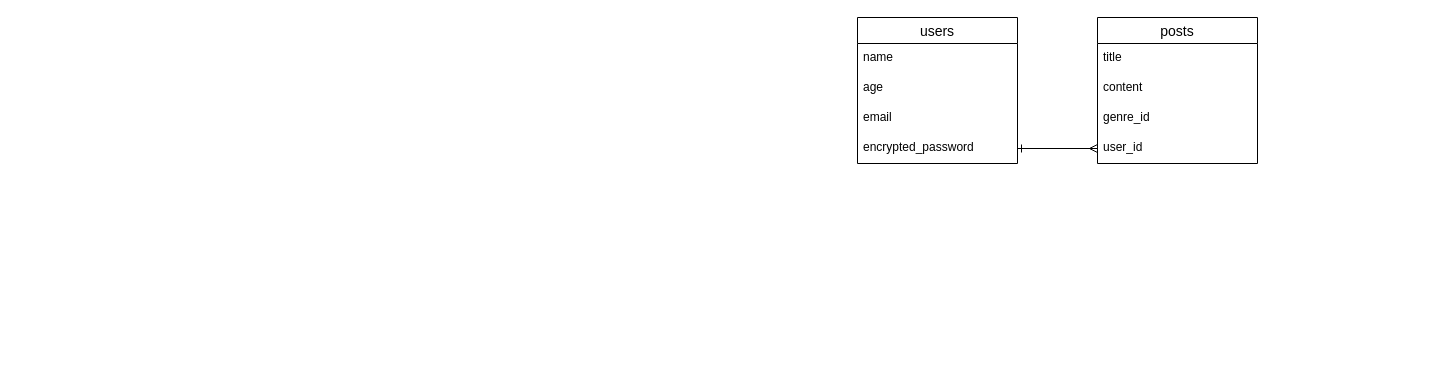
Above: me-more.dio in atk1825/me-more (draw.io), before the change. Source tidied: cells renumbered, new cells numbered last; positions are measured from the earlier drawing's top-left corner, leaving out a move shared by most shapes. Both pictures are drawn from the tidied source at 100%, with x=0, y=0 at pixel (857, 17).
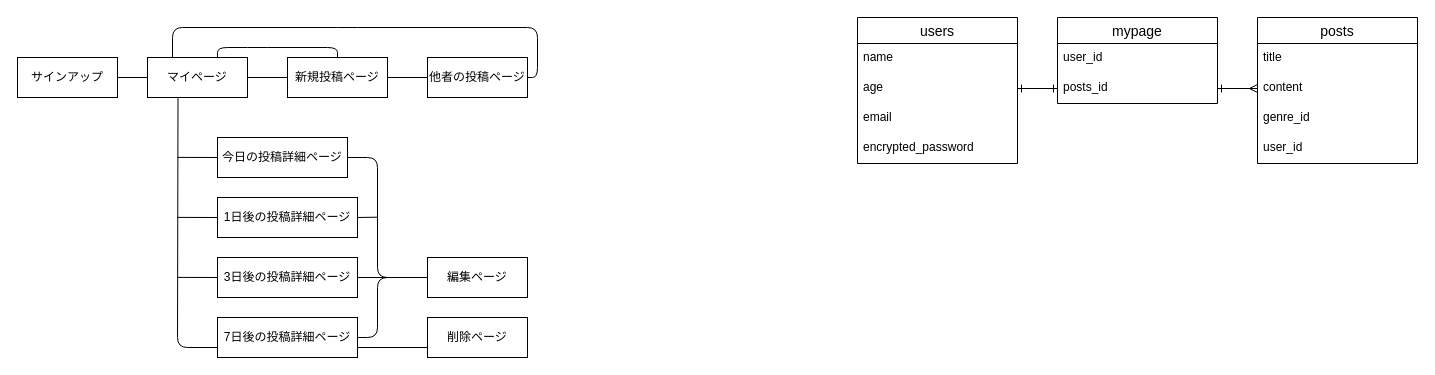
Above is the later version.

Commit message:
ER図に画面遷移の追記

The change refers to these unchanged cells:
```xml
<mxCell id="4" value="age" style="text;strokeColor=none;fillColor=none;spacingLeft=4;spacingRight=4;overflow=hidden;points=[[0,0.5],[1,0.5]];portConstraint=eastwest;fontSize=12;" parent="2" vertex="1">
  <mxGeometry y="56" width="160" height="30" as="geometry" />
</mxCell>
<mxCell id="6" value="encrypted_password" style="text;strokeColor=none;fillColor=none;spacingLeft=4;spacingRight=4;overflow=hidden;points=[[0,0.5],[1,0.5]];portConstraint=eastwest;fontSize=12;" parent="2" vertex="1">
  <mxGeometry y="116" width="160" height="30" as="geometry" />
</mxCell>
<mxCell id="9" value="content" style="text;strokeColor=none;fillColor=none;spacingLeft=4;spacingRight=4;overflow=hidden;points=[[0,0.5],[1,0.5]];portConstraint=eastwest;fontSize=12;" parent="7" vertex="1">
  <mxGeometry y="56" width="160" height="30" as="geometry" />
</mxCell>
<mxCell id="11" value="user_id&#10;" style="text;strokeColor=none;fillColor=none;spacingLeft=4;spacingRight=4;overflow=hidden;points=[[0,0.5],[1,0.5]];portConstraint=eastwest;fontSize=12;" parent="7" vertex="1">
  <mxGeometry y="116" width="160" height="30" as="geometry" />
</mxCell>
```

The edit, as a diff of the source:
```diff
@@
     <mxCell id="7" value="posts" style="swimlane;fontStyle=0;horizontal=1;startSize=26;align=center;fontSize=14;" parent="1" vertex="1">
-      <mxGeometry x="240" width="160" height="146" as="geometry" />
+      <mxGeometry x="400" width="160" height="146" as="geometry" />
     </mxCell>
@@
-    <mxCell id="12" style="edgeStyle=none;html=1;exitX=1;exitY=0.5;exitDx=0;exitDy=0;entryX=0;entryY=0.5;entryDx=0;entryDy=0;startArrow=ERone;startFill=0;endArrow=ERmany;endFill=0;" parent="1" edge="1" source="6" target="11">
-      <mxGeometry relative="1" as="geometry" />
-    </mxCell>
+    <mxCell id="13" value="mypage" style="swimlane;fontStyle=0;horizontal=1;startSize=26;align=center;fontSize=14;" parent="1" vertex="1">
+      <mxGeometry x="200" width="160" height="86" as="geometry" />
+    </mxCell>
+    <mxCell id="14" value="user_id" style="text;strokeColor=none;fillColor=none;spacingLeft=4;spacingRight=4;overflow=hidden;fontSize=12;" parent="13" vertex="1">
+      <mxGeometry y="26" width="160" height="30" as="geometry" />
+    </mxCell>
+    <mxCell id="15" value="posts_id" style="text;strokeColor=none;fillColor=none;spacingLeft=4;spacingRight=4;overflow=hidden;points=[[0,0.5],[1,0.5]];portConstraint=eastwest;fontSize=12;" parent="13" vertex="1">
+      <mxGeometry y="56" width="160" height="30" as="geometry" />
+    </mxCell>
+    <mxCell id="16" style="edgeStyle=none;html=1;exitX=1;exitY=0.5;exitDx=0;exitDy=0;entryX=0;entryY=0.5;entryDx=0;entryDy=0;startArrow=ERone;startFill=0;endArrow=ERone;endFill=0;" parent="1" edge="1" source="4" target="15">
+      <mxGeometry relative="1" as="geometry" />
+    </mxCell>
+    <mxCell id="17" style="edgeStyle=none;html=1;exitX=1;exitY=0.5;exitDx=0;exitDy=0;entryX=0;entryY=0.5;entryDx=0;entryDy=0;startArrow=ERone;startFill=0;endArrow=ERmany;endFill=0;" parent="1" edge="1" source="15" target="9">
+      <mxGeometry relative="1" as="geometry" />
+    </mxCell>
+    <mxCell id="18" style="edgeStyle=none;html=1;exitX=1;exitY=0.5;exitDx=0;exitDy=0;entryX=0;entryY=0.5;entryDx=0;entryDy=0;startArrow=none;startFill=0;endArrow=none;endFill=0;" parent="1" edge="1" source="19" target="22">
+      <mxGeometry relative="1" as="geometry" />
+    </mxCell>
+    <mxCell id="19" value="サインアップ" style="whiteSpace=wrap;html=1;align=center;" parent="1" vertex="1">
+      <mxGeometry x="-840" y="40" width="100" height="40" as="geometry" />
+    </mxCell>
+    <mxCell id="20" style="edgeStyle=none;html=1;exitX=1;exitY=0.5;exitDx=0;exitDy=0;entryX=0;entryY=0.5;entryDx=0;entryDy=0;startArrow=none;startFill=0;endArrow=none;endFill=0;" parent="1" edge="1" source="22" target="25">
+      <mxGeometry relative="1" as="geometry" />
+    </mxCell>
+    <mxCell id="21" style="edgeStyle=none;html=1;exitX=0.305;exitY=1.017;exitDx=0;exitDy=0;entryX=0;entryY=0.75;entryDx=0;entryDy=0;startArrow=none;startFill=0;endArrow=none;endFill=0;exitPerimeter=0;" parent="1" edge="1" source="22" target="38">
+      <mxGeometry relative="1" as="geometry">
+        <Array as="points">
+          <mxPoint x="-680" y="330" />
+        </Array>
+      </mxGeometry>
+    </mxCell>
+    <mxCell id="22" value="マイページ" style="whiteSpace=wrap;html=1;align=center;" parent="1" vertex="1">
+      <mxGeometry x="-710" y="40" width="100" height="40" as="geometry" />
+    </mxCell>
+    <mxCell id="23" style="edgeStyle=none;html=1;exitX=1;exitY=0.5;exitDx=0;exitDy=0;entryX=0;entryY=0.5;entryDx=0;entryDy=0;startArrow=none;startFill=0;endArrow=none;endFill=0;" parent="1" edge="1" source="25" target="27">
+      <mxGeometry relative="1" as="geometry" />
+    </mxCell>
+    <mxCell id="24" style="edgeStyle=none;html=1;startArrow=none;startFill=0;endArrow=none;endFill=0;exitX=0.5;exitY=0;exitDx=0;exitDy=0;" parent="1" edge="1" source="25">
+      <mxGeometry relative="1" as="geometry">
+        <mxPoint x="-640" y="40" as="targetPoint" />
+        <Array as="points">
+          <mxPoint x="-520" y="30" />
+          <mxPoint x="-600" y="30" />
+          <mxPoint x="-640" y="30" />
+        </Array>
+      </mxGeometry>
+    </mxCell>
+    <mxCell id="25" value="新規投稿ページ" style="whiteSpace=wrap;html=1;align=center;" parent="1" vertex="1">
+      <mxGeometry x="-570" y="40" width="100" height="40" as="geometry" />
+    </mxCell>
+    <mxCell id="26" style="edgeStyle=none;html=1;exitX=1;exitY=0.5;exitDx=0;exitDy=0;startArrow=none;startFill=0;endArrow=none;endFill=0;entryX=0.25;entryY=0;entryDx=0;entryDy=0;" parent="1" edge="1" source="27" target="22">
+      <mxGeometry relative="1" as="geometry">
+        <Array as="points">
+          <mxPoint x="-320" y="60" />
+          <mxPoint x="-320" y="10" />
+          <mxPoint x="-510" y="10" />
+          <mxPoint x="-685" y="10" />
+        </Array>
+      </mxGeometry>
+    </mxCell>
+    <mxCell id="27" value="他者の投稿ページ" style="whiteSpace=wrap;html=1;align=center;" parent="1" vertex="1">
+      <mxGeometry x="-430" y="40" width="100" height="40" as="geometry" />
+    </mxCell>
+    <mxCell id="28" style="edgeStyle=none;html=1;exitX=0;exitY=0.5;exitDx=0;exitDy=0;startArrow=none;startFill=0;endArrow=none;endFill=0;" parent="1" edge="1" source="30">
+      <mxGeometry relative="1" as="geometry">
+        <mxPoint x="-680" y="139.9" as="targetPoint" />
+      </mxGeometry>
+    </mxCell>
+    <mxCell id="29" style="edgeStyle=none;html=1;exitX=1;exitY=0.5;exitDx=0;exitDy=0;entryX=0;entryY=0.5;entryDx=0;entryDy=0;startArrow=none;startFill=0;endArrow=none;endFill=0;" parent="1" edge="1" source="30" target="39">
+      <mxGeometry relative="1" as="geometry">
+        <Array as="points">
+          <mxPoint x="-480" y="140" />
+          <mxPoint x="-480" y="260" />
+        </Array>
+      </mxGeometry>
+    </mxCell>
+    <mxCell id="30" value="今日の投稿詳細ページ" style="whiteSpace=wrap;html=1;align=center;" parent="1" vertex="1">
+      <mxGeometry x="-640" y="120" width="130" height="40" as="geometry" />
+    </mxCell>
+    <mxCell id="31" style="edgeStyle=none;html=1;exitX=0;exitY=0.5;exitDx=0;exitDy=0;startArrow=none;startFill=0;endArrow=none;endFill=0;" parent="1" edge="1" source="33">
+      <mxGeometry relative="1" as="geometry">
+        <mxPoint x="-680" y="199.9" as="targetPoint" />
+      </mxGeometry>
+    </mxCell>
+    <mxCell id="32" style="edgeStyle=none;html=1;exitX=1;exitY=0.5;exitDx=0;exitDy=0;startArrow=none;startFill=0;endArrow=none;endFill=0;" parent="1" edge="1" source="33">
+      <mxGeometry relative="1" as="geometry">
+        <mxPoint x="-480" y="199.7" as="targetPoint" />
+      </mxGeometry>
+    </mxCell>
+    <mxCell id="33" value="1日後の投稿詳細ページ" style="whiteSpace=wrap;html=1;align=center;" parent="1" vertex="1">
+      <mxGeometry x="-640" y="180" width="140" height="40" as="geometry" />
+    </mxCell>
+    <mxCell id="34" style="edgeStyle=none;html=1;exitX=0;exitY=0.5;exitDx=0;exitDy=0;startArrow=none;startFill=0;endArrow=none;endFill=0;" parent="1" edge="1" source="36">
+      <mxGeometry relative="1" as="geometry">
+        <mxPoint x="-680" y="259.9" as="targetPoint" />
+      </mxGeometry>
+    </mxCell>
+    <mxCell id="35" style="edgeStyle=none;html=1;exitX=1;exitY=0.5;exitDx=0;exitDy=0;startArrow=none;startFill=0;endArrow=none;endFill=0;" parent="1" edge="1" source="36">
+      <mxGeometry relative="1" as="geometry">
+        <mxPoint x="-470" y="260" as="targetPoint" />
+      </mxGeometry>
+    </mxCell>
+    <mxCell id="36" value="3日後の投稿詳細ページ" style="whiteSpace=wrap;html=1;align=center;" parent="1" vertex="1">
+      <mxGeometry x="-640" y="240" width="140" height="40" as="geometry" />
+    </mxCell>
+    <mxCell id="37" style="edgeStyle=none;html=1;exitX=1;exitY=0.5;exitDx=0;exitDy=0;startArrow=none;startFill=0;endArrow=none;endFill=0;entryX=0;entryY=0.5;entryDx=0;entryDy=0;" parent="1" edge="1" source="38" target="39">
+      <mxGeometry relative="1" as="geometry">
+        <Array as="points">
+          <mxPoint x="-480" y="320" />
+          <mxPoint x="-480" y="260" />
+        </Array>
+      </mxGeometry>
+    </mxCell>
+    <mxCell id="38" value="7日後の投稿詳細ページ" style="whiteSpace=wrap;html=1;align=center;" parent="1" vertex="1">
+      <mxGeometry x="-640" y="300" width="140" height="40" as="geometry" />
+    </mxCell>
+    <mxCell id="39" value="編集ページ" style="whiteSpace=wrap;html=1;align=center;" parent="1" vertex="1">
+      <mxGeometry x="-430" y="240" width="100" height="40" as="geometry" />
+    </mxCell>
+    <mxCell id="40" style="edgeStyle=none;html=1;exitX=0;exitY=0.75;exitDx=0;exitDy=0;entryX=1;entryY=0.75;entryDx=0;entryDy=0;startArrow=none;startFill=0;endArrow=none;endFill=0;" parent="1" edge="1" source="41" target="38">
+      <mxGeometry relative="1" as="geometry" />
+    </mxCell>
+    <mxCell id="41" value="削除ページ" style="whiteSpace=wrap;html=1;align=center;" parent="1" vertex="1">
+      <mxGeometry x="-430" y="300" width="100" height="40" as="geometry" />
+    </mxCell>
```
